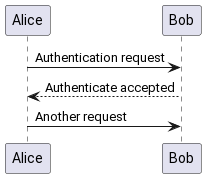
This is Content/images/plantuml-seq.png from rajp152k/buffer, a PlantUML export, as it was before one commit.
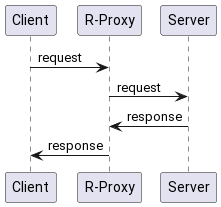
The same diagram one commit later.

Change to the diagram source:
```diff
@@ -1,5 +1,6 @@
 @startuml
-Alice -> Bob: Authentication request
-Bob --> Alice: Authenticate accepted
-Alice -> Bob: Another request
+Client -> "R-Proxy": request
+"R-Proxy" -> Server: request
+Server -> "R-Proxy": response
+"R-Proxy" -> Client: response
 @enduml
```
